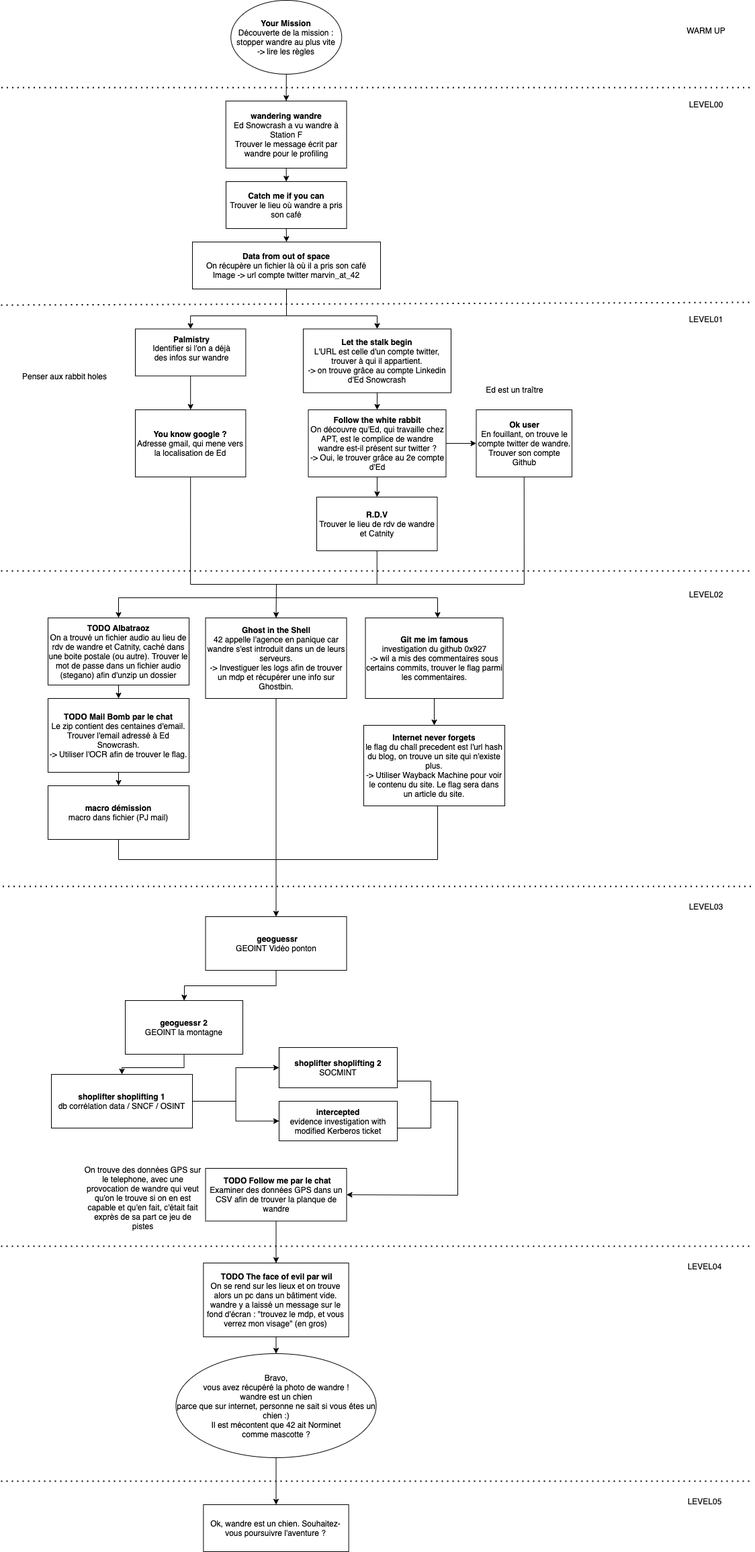
Before: resources/ctf_story.png, a diagram exported from draw.io (praclet/ctf_osint). Source tidied: cells renumbered, new cells last; positions are measured from the earlier drawing's top-left corner, leaving out a move shared by most shapes.
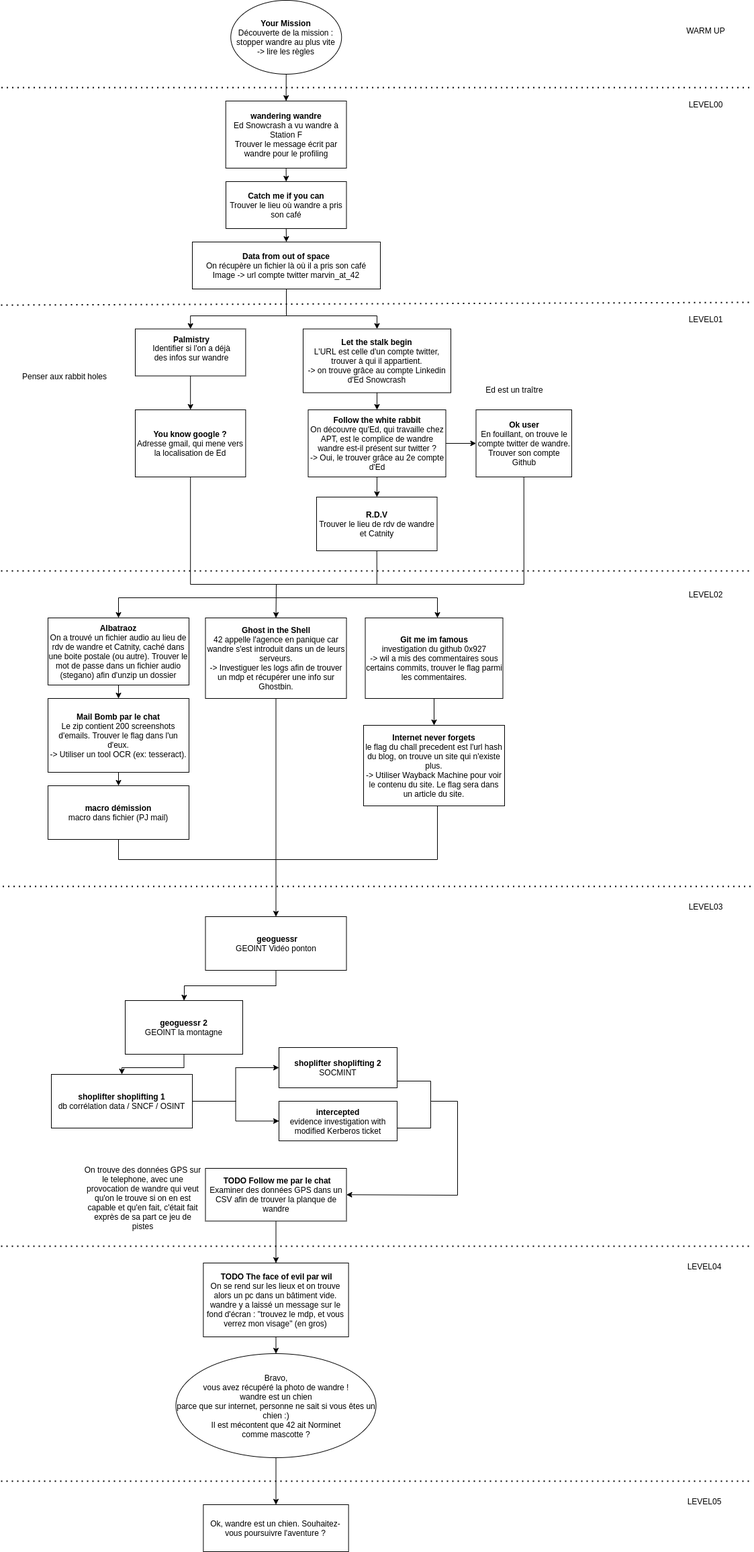
The same diagram one commit later.

The edit, as a diff of the source:
```diff
@@ -127,7 +127,7 @@
         <mxPoint x="410" y="870" as="sourcePoint" />
       </mxGeometry>
     </mxCell>
-    <mxCell id="35" value="&lt;b&gt;TODO Albatraoz&lt;br&gt;&lt;/b&gt;On a trouvé un fichier audio au lieu de rdv de wandre et Catnity, caché dans une boite postale (ou autre). Trouver le mot de passe dans un fichier audio (stegano) afin d'unzip un dossier" style="rounded=0;whiteSpace=wrap;html=1;" parent="1" vertex="1">
+    <mxCell id="35" value="&lt;b&gt;Albatraoz&lt;br&gt;&lt;/b&gt;On a trouvé un fichier audio au lieu de rdv de wandre et Catnity, caché dans une boite postale (ou autre). Trouver le mot de passe dans un fichier audio (stegano) afin d'unzip un dossier" style="rounded=0;whiteSpace=wrap;html=1;" parent="1" vertex="1">
       <mxGeometry x="70" y="920" width="210" height="100" as="geometry" />
     </mxCell>
     <mxCell id="36" style="endArrow=classic;html=1;entryX=0.5;entryY=0;entryDx=0;entryDy=0;rounded=0;edgeStyle=orthogonalEdgeStyle;" parent="1" edge="1" target="35">
@@ -135,7 +135,7 @@
         <mxPoint x="410" y="890" as="sourcePoint" />
       </mxGeometry>
     </mxCell>
-    <mxCell id="37" value="&lt;b&gt;TODO Mail Bomb par le chat&lt;br&gt;&lt;/b&gt;Le zip contient des centaines d'email. Trouver l'email adressé à Ed Snowcrash.&lt;br&gt;-&amp;gt; Utiliser l'OCR afin de trouver le flag." style="rounded=0;whiteSpace=wrap;html=1;" parent="1" vertex="1">
+    <mxCell id="37" value="&lt;b&gt;Mail Bomb par le chat&lt;br&gt;&lt;/b&gt;Le zip contient 200 screenshots d'emails. Trouver le flag dans l'un d'eux.&lt;br&gt;-&amp;gt; Utiliser un tool OCR (ex: tesseract)." style="rounded=0;whiteSpace=wrap;html=1;" parent="1" vertex="1">
       <mxGeometry x="70" y="1040" width="210" height="110" as="geometry" />
     </mxCell>
     <mxCell id="38" style="endArrow=classic;html=1;strokeColor=#000000;entryX=0.5;entryY=0;entryDx=0;entryDy=0;exitX=0.5;exitY=1;exitDx=0;exitDy=0;" parent="1" edge="1" source="35" target="37">
```
